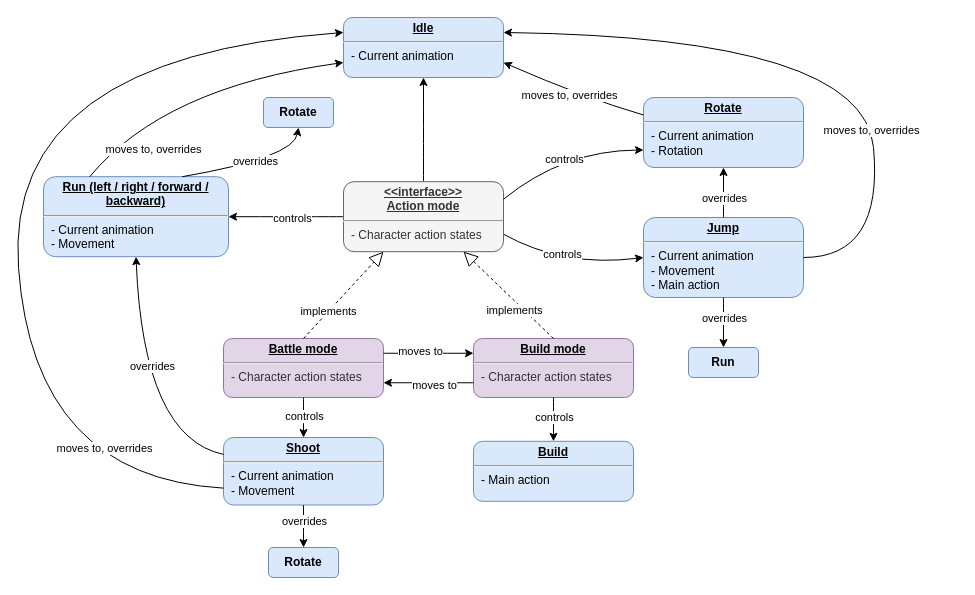
Before: docs/player_states.drawio in joonashalinen/bloxu, a draw.io diagram. Source tidied: cells renumbered, new cells numbered last; positions are measured from the earlier drawing's top-left corner, leaving out a move shared by most shapes. Both pictures are drawn from the tidied source at 100%, with x=0, y=0 at pixel (3, 17).
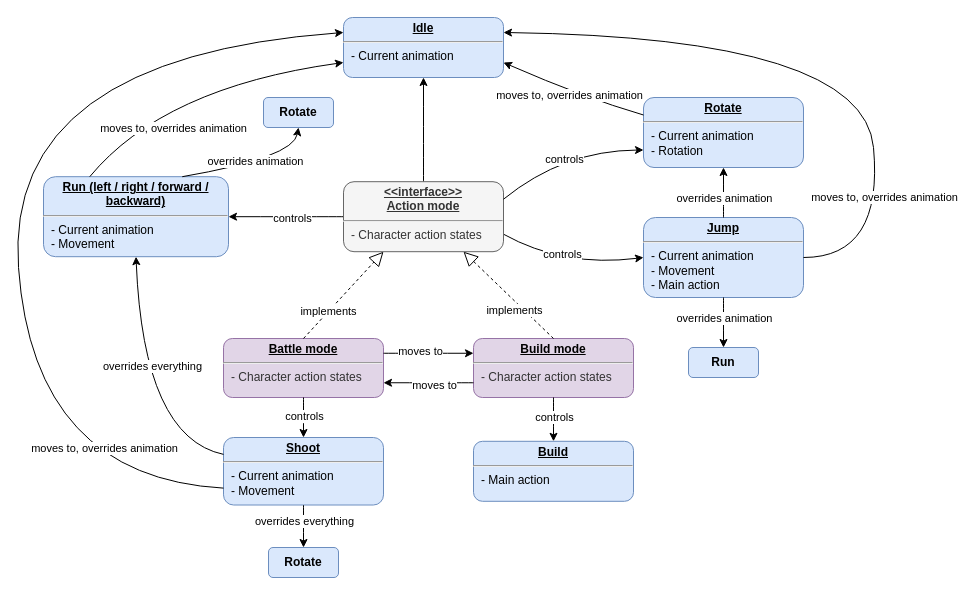
Above is the later version.

Unchanged cells that the change refers to:
```xml
<mxCell id="24" style="endArrow=classic;html=1;curved=1;exitX=0.25;exitY=0;exitDx=0;exitDy=0;entryX=0;entryY=0.75;entryDx=0;entryDy=0;" parent="1" edge="1" source="10" target="2">
  <mxGeometry relative="1" as="geometry">
    <Array as="points">
      <mxPoint x="160" y="70" />
    </Array>
  </mxGeometry>
</mxCell>
<mxCell id="29" style="endArrow=classic;html=1;curved=1;exitX=0;exitY=0.75;exitDx=0;exitDy=0;entryX=0;entryY=0.25;entryDx=0;entryDy=0;" parent="1" edge="1" source="5" target="2">
  <mxGeometry relative="1" as="geometry">
    <Array as="points">
      <mxPoint x="30" y="460" />
      <mxPoint y="40" />
    </Array>
  </mxGeometry>
</mxCell>
<mxCell id="31" style="endArrow=classic;html=1;curved=1;entryX=1;entryY=0.75;entryDx=0;entryDy=0;exitX=0;exitY=0.25;exitDx=0;exitDy=0;" parent="1" edge="1" source="26" target="2">
  <mxGeometry relative="1" as="geometry">
    <Array as="points">
      <mxPoint x="580" y="80" />
    </Array>
  </mxGeometry>
</mxCell>
<mxCell id="33" style="endArrow=classic;html=1;curved=1;exitX=1;exitY=0.5;exitDx=0;exitDy=0;entryX=1;entryY=0.25;entryDx=0;entryDy=0;" parent="1" edge="1" source="16" target="2">
  <mxGeometry relative="1" as="geometry">
    <Array as="points">
      <mxPoint x="880" y="240" />
      <mxPoint x="860" y="20" />
    </Array>
  </mxGeometry>
</mxCell>
<mxCell id="35" style="endArrow=classic;html=1;curved=1;exitX=0;exitY=0.25;exitDx=0;exitDy=0;entryX=0.5;entryY=1;entryDx=0;entryDy=0;" parent="1" edge="1" source="5" target="10">
  <mxGeometry relative="1" as="geometry">
    <Array as="points">
      <mxPoint x="140" y="420" />
    </Array>
  </mxGeometry>
</mxCell>
<mxCell id="37" style="endArrow=classic;html=1;curved=1;exitX=0.5;exitY=0;exitDx=0;exitDy=0;entryX=0.5;entryY=1;entryDx=0;entryDy=0;" parent="1" edge="1" source="16" target="26">
  <mxGeometry relative="1" as="geometry" />
</mxCell>
<mxCell id="40" style="endArrow=classic;html=1;curved=1;exitX=0.75;exitY=0;exitDx=0;exitDy=0;entryX=0.5;entryY=1;entryDx=0;entryDy=0;" parent="1" edge="1" source="10" target="39">
  <mxGeometry relative="1" as="geometry">
    <Array as="points">
      <mxPoint x="290" y="140" />
    </Array>
  </mxGeometry>
</mxCell>
<mxCell id="42" style="endArrow=classic;html=1;curved=1;exitX=0.5;exitY=1;exitDx=0;exitDy=0;entryX=0.5;entryY=0;entryDx=0;entryDy=0;" parent="1" edge="1" source="16" target="44">
  <mxGeometry relative="1" as="geometry" />
</mxCell>
<mxCell id="45" style="endArrow=classic;html=1;curved=1;exitX=0.5;exitY=1;exitDx=0;exitDy=0;entryX=0.5;entryY=0;entryDx=0;entryDy=0;" parent="1" edge="1" source="5" target="47">
  <mxGeometry relative="1" as="geometry" />
</mxCell>
```

Change to the diagram source:
```diff
@@
-    <mxCell id="25" value="moves to, overrides" style="edgeLabel;html=1;align=center;verticalAlign=middle;" parent="24" vertex="1">
+    <mxCell id="25" value="moves to, overrides animation" style="edgeLabel;html=1;align=center;verticalAlign=middle;" parent="24" vertex="1">
       <mxGeometry x="0.06" y="-6" relative="1" as="geometry">
-        <mxPoint x="-53" y="61" as="offset" />
+        <mxPoint x="-33" y="40" as="offset" />
       </mxGeometry>
     </mxCell>
@@
-    <mxCell id="30" value="moves to, overrides" style="edgeLabel;html=1;align=center;verticalAlign=middle;" parent="29" vertex="1">
+    <mxCell id="30" value="moves to, overrides animation" style="edgeLabel;html=1;align=center;verticalAlign=middle;" parent="29" vertex="1">
       <mxGeometry x="-0.19" relative="1" as="geometry">
         <mxPoint x="84" y="166" as="offset" />
       </mxGeometry>
     </mxCell>
@@
-    <mxCell id="32" value="moves to, overrides" style="edgeLabel;html=1;align=center;verticalAlign=middle;" parent="31" vertex="1">
+    <mxCell id="32" value="moves to, overrides animation" style="edgeLabel;html=1;align=center;verticalAlign=middle;" parent="31" vertex="1">
       <mxGeometry x="0.03" y="4" relative="1" as="geometry" />
     </mxCell>
@@
-    <mxCell id="34" value="moves to, overrides" style="edgeLabel;html=1;align=center;verticalAlign=middle;" parent="33" vertex="1">
-      <mxGeometry x="-0.37" y="1" relative="1" as="geometry" />
+    <mxCell id="34" value="moves to, overrides animation" style="edgeLabel;html=1;align=center;verticalAlign=middle;" parent="33" vertex="1">
+      <mxGeometry x="-0.37" y="1" relative="1" as="geometry">
+        <mxPoint x="13" y="67" as="offset" />
+      </mxGeometry>
     </mxCell>
@@
-    <mxCell id="36" value="overrides" style="edgeLabel;html=1;align=center;verticalAlign=middle;" parent="35" vertex="1">
+    <mxCell id="36" value="overrides everything" style="edgeLabel;html=1;align=center;verticalAlign=middle;" parent="35" vertex="1">
       <mxGeometry x="0.13" y="-17" relative="1" as="geometry">
         <mxPoint x="-6" y="-5" as="offset" />
       </mxGeometry>
     </mxCell>
@@
-    <mxCell id="38" value="overrides" style="edgeLabel;html=1;align=center;verticalAlign=middle;" parent="37" vertex="1">
+    <mxCell id="38" value="overrides animation" style="edgeLabel;html=1;align=center;verticalAlign=middle;" parent="37" vertex="1">
       <mxGeometry x="0.13" y="-17" relative="1" as="geometry">
         <mxPoint x="-17" y="8" as="offset" />
       </mxGeometry>
     </mxCell>
@@
-    <mxCell id="41" value="overrides" style="edgeLabel;html=1;align=center;verticalAlign=middle;" parent="40" vertex="1">
+    <mxCell id="41" value="overrides animation" style="edgeLabel;html=1;align=center;verticalAlign=middle;" parent="40" vertex="1">
       <mxGeometry x="0.13" y="-17" relative="1" as="geometry">
         <mxPoint x="-10" y="-19" as="offset" />
       </mxGeometry>
     </mxCell>
@@
-    <mxCell id="43" value="overrides" style="edgeLabel;html=1;align=center;verticalAlign=middle;" parent="42" vertex="1">
+    <mxCell id="43" value="overrides animation" style="edgeLabel;html=1;align=center;verticalAlign=middle;" parent="42" vertex="1">
       <mxGeometry x="0.13" y="-17" relative="1" as="geometry">
         <mxPoint x="17" y="-8" as="offset" />
       </mxGeometry>
     </mxCell>
@@
-    <mxCell id="46" value="overrides" style="edgeLabel;html=1;align=center;verticalAlign=middle;" parent="45" vertex="1">
+    <mxCell id="46" value="overrides everything" style="edgeLabel;html=1;align=center;verticalAlign=middle;" parent="45" vertex="1">
       <mxGeometry x="0.13" y="-17" relative="1" as="geometry">
         <mxPoint x="17" y="-8" as="offset" />
       </mxGeometry>
     </mxCell>
```
